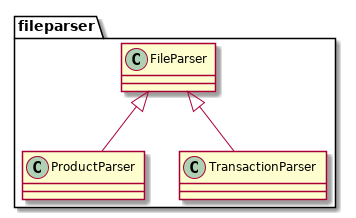
The PlantUML diagram out/plantuml/fileparser/package/package.png in Peter408/POST-console-application, before a commit.
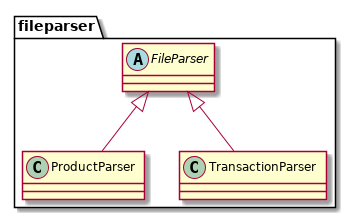
Later version of the same file.

The edit, as a diff of the source:
```diff
@@ -1,6 +1,6 @@
-@startuml
+@startuml package
 package "fileparser" {
-    class FileParser
+    abstract class FileParser
     class ProductParser
     class TransactionParser
 }
```
